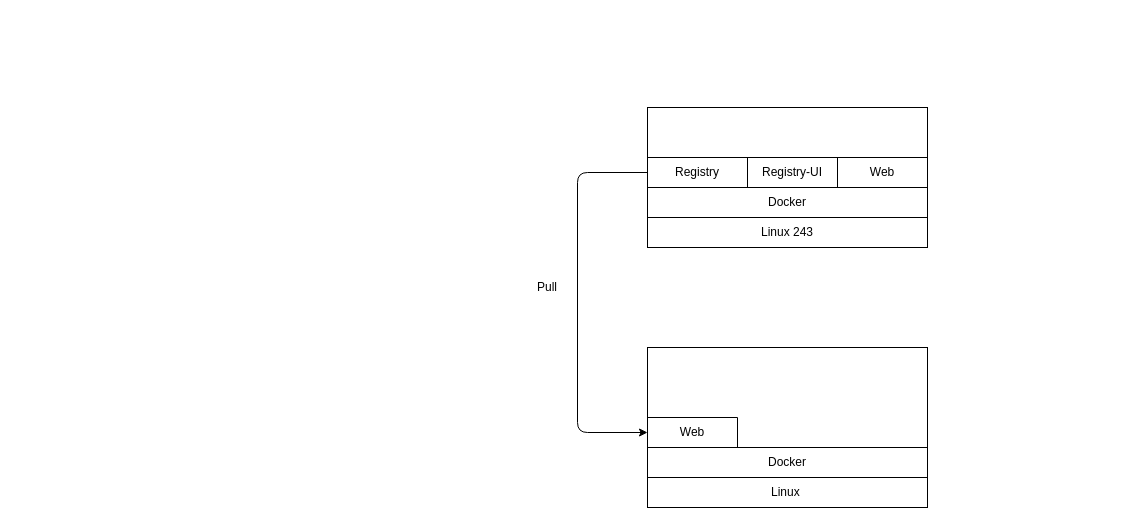
class90431/chrome-diagrams keeps this draw.io diagram as Test.drawio. Above is the earlier version. Source tidied: cells renumbered, new cells numbered last; positions are measured from the earlier drawing's top-left corner, leaving out a move shared by most shapes. Both pictures are drawn from the tidied source at 100%, with x=0, y=0 at pixel (527, 107).
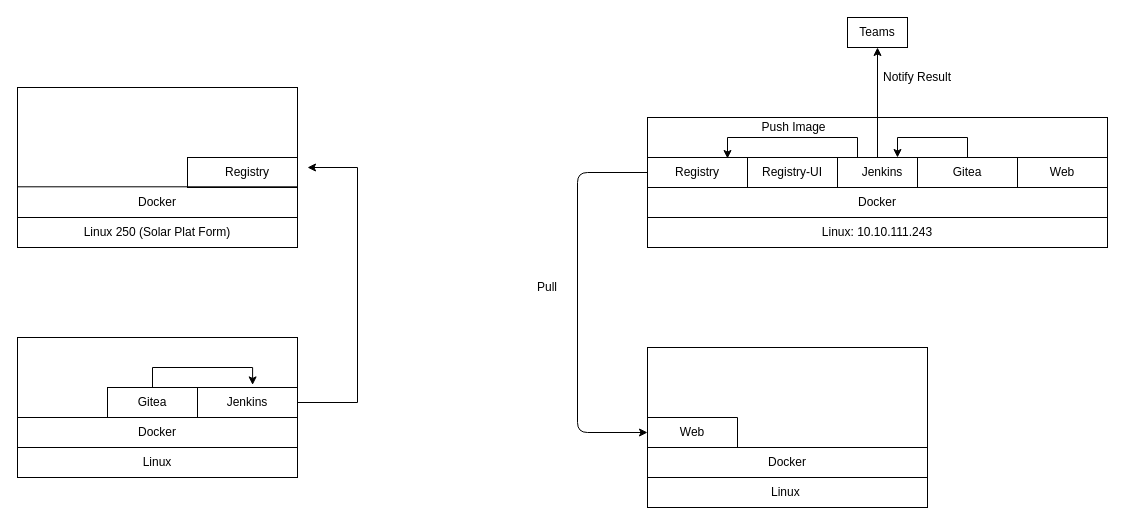
Above is the later version.

What changed in the source:
```diff
@@
     <mxCell id="2" style="rounded=0;whiteSpace=wrap;html=1;" parent="1" vertex="1">
-      <mxGeometry x="120" width="280" height="140" as="geometry" />
+      <mxGeometry x="120" y="10" width="460" height="130" as="geometry" />
     </mxCell>
-    <mxCell id="3" value="Linux 243" style="text;html=1;strokeColor=none;fillColor=none;align=center;verticalAlign=middle;whiteSpace=wrap;rounded=0;" parent="1" vertex="1">
-      <mxGeometry x="120" y="110" width="280" height="30" as="geometry" />
+    <mxCell id="3" value="Linux: 10.10.111.243" style="text;html=1;strokeColor=none;fillColor=none;align=center;verticalAlign=middle;whiteSpace=wrap;rounded=0;" parent="1" vertex="1">
+      <mxGeometry x="120" y="110" width="460" height="30" as="geometry" />
     </mxCell>
@@
     <mxCell id="5" value="Docker" style="text;html=1;strokeColor=none;fillColor=none;align=center;verticalAlign=middle;whiteSpace=wrap;rounded=0;" parent="1" vertex="1">
-      <mxGeometry x="120" y="80" width="280" height="30" as="geometry" />
+      <mxGeometry x="120" y="80" width="460" height="30" as="geometry" />
     </mxCell>
@@
     <mxCell id="11" style="rounded=0;whiteSpace=wrap;html=1;" parent="1" vertex="1">
-      <mxGeometry x="310" y="50" width="90" height="30" as="geometry" />
+      <mxGeometry x="490" y="50" width="90" height="30" as="geometry" />
     </mxCell>
     <mxCell id="12" value="Web" style="text;html=1;strokeColor=none;fillColor=none;align=center;verticalAlign=middle;whiteSpace=wrap;rounded=0;" parent="1" vertex="1">
-      <mxGeometry x="310" y="50" width="90" height="30" as="geometry" />
+      <mxGeometry x="490" y="50" width="90" height="30" as="geometry" />
     </mxCell>
@@
+    <mxCell id="23" style="rounded=0;whiteSpace=wrap;html=1;" parent="1" vertex="1">
+      <mxGeometry x="-510" y="-20" width="280" height="160" as="geometry" />
+    </mxCell>
+    <mxCell id="24" value="Linux 250 (Solar Plat Form)" style="text;html=1;strokeColor=none;fillColor=none;align=center;verticalAlign=middle;whiteSpace=wrap;rounded=0;" parent="1" vertex="1">
+      <mxGeometry x="-510" y="110" width="280" height="30" as="geometry" />
+    </mxCell>
+    <mxCell id="25" value="Docker" style="text;html=1;strokeColor=none;fillColor=none;align=center;verticalAlign=middle;whiteSpace=wrap;rounded=0;" parent="1" vertex="1">
+      <mxGeometry x="-510" y="80" width="280" height="30" as="geometry" />
+    </mxCell>
+    <mxCell id="26" style="endArrow=none;html=1;exitX=0;exitY=1;exitDx=0;exitDy=0;entryX=1;entryY=1;entryDx=0;entryDy=0;" parent="1" edge="1" source="25" target="25">
+      <mxGeometry relative="1" as="geometry" />
+    </mxCell>
+    <mxCell id="27" style="endArrow=none;html=1;exitX=0;exitY=1;exitDx=0;exitDy=0;entryX=1;entryY=1;entryDx=0;entryDy=0;" parent="1" edge="1">
+      <mxGeometry relative="1" as="geometry">
+        <mxPoint x="-510" y="79.3" as="sourcePoint" />
+        <mxPoint x="-230" y="79.3" as="targetPoint" />
+      </mxGeometry>
+    </mxCell>
+    <mxCell id="28" value="Registry" style="text;html=1;strokeColor=none;fillColor=none;align=center;verticalAlign=middle;whiteSpace=wrap;rounded=0;" parent="1" vertex="1">
+      <mxGeometry x="-330" y="50" width="100" height="30" as="geometry" />
+    </mxCell>
+    <mxCell id="29" style="rounded=0;whiteSpace=wrap;html=1;strokeColor=#000000;fillColor=none;" parent="1" vertex="1">
+      <mxGeometry x="-340" y="50" width="110" height="30" as="geometry" />
+    </mxCell>
+    <mxCell id="30" style="rounded=0;whiteSpace=wrap;html=1;" parent="1" vertex="1">
+      <mxGeometry x="-510" y="230" width="280" height="140" as="geometry" />
+    </mxCell>
+    <mxCell id="31" value="Linux" style="text;html=1;strokeColor=none;fillColor=none;align=center;verticalAlign=middle;whiteSpace=wrap;rounded=0;" parent="1" vertex="1">
+      <mxGeometry x="-510" y="340" width="280" height="30" as="geometry" />
+    </mxCell>
+    <mxCell id="32" value="Docker" style="text;html=1;strokeColor=none;fillColor=none;align=center;verticalAlign=middle;whiteSpace=wrap;rounded=0;" parent="1" vertex="1">
+      <mxGeometry x="-510" y="310" width="280" height="30" as="geometry" />
+    </mxCell>
+    <mxCell id="33" value="Gitea" style="text;html=1;strokeColor=none;fillColor=none;align=center;verticalAlign=middle;whiteSpace=wrap;rounded=0;" parent="1" vertex="1">
+      <mxGeometry x="-420" y="280" width="90" height="30" as="geometry" />
+    </mxCell>
+    <mxCell id="34" value="Jenkins" style="text;html=1;strokeColor=none;fillColor=none;align=center;verticalAlign=middle;whiteSpace=wrap;rounded=0;" parent="1" vertex="1">
+      <mxGeometry x="-330" y="280" width="100" height="30" as="geometry" />
+    </mxCell>
+    <mxCell id="35" style="rounded=0;whiteSpace=wrap;html=1;strokeColor=#000000;fillColor=none;" parent="1" vertex="1">
+      <mxGeometry x="-510" y="310" width="280" height="30" as="geometry" />
+    </mxCell>
+    <mxCell id="36" style="edgeStyle=orthogonalEdgeStyle;rounded=0;jettySize=auto;html=1;exitX=0.5;exitY=0;exitDx=0;exitDy=0;entryX=0.551;entryY=-0.086;entryDx=0;entryDy=0;entryPerimeter=0;" parent="1" edge="1" source="37" target="39">
+      <mxGeometry relative="1" as="geometry">
+        <Array as="points">
+          <mxPoint x="-375" y="260" />
+          <mxPoint x="-275" y="260" />
+        </Array>
+      </mxGeometry>
+    </mxCell>
+    <mxCell id="37" style="rounded=0;whiteSpace=wrap;html=1;strokeColor=#000000;fillColor=none;" parent="1" vertex="1">
+      <mxGeometry x="-420" y="280" width="90" height="30" as="geometry" />
+    </mxCell>
+    <mxCell id="38" style="edgeStyle=orthogonalEdgeStyle;rounded=0;jettySize=auto;html=1;exitX=1;exitY=0.5;exitDx=0;exitDy=0;" parent="1" edge="1" source="39">
+      <mxGeometry relative="1" as="geometry">
+        <mxPoint x="-220" y="60" as="targetPoint" />
+        <Array as="points">
+          <mxPoint x="-170" y="295" />
+          <mxPoint x="-170" y="60" />
+        </Array>
+      </mxGeometry>
+    </mxCell>
+    <mxCell id="39" style="rounded=0;whiteSpace=wrap;html=1;strokeColor=#000000;fillColor=none;" parent="1" vertex="1">
+      <mxGeometry x="-330" y="280" width="100" height="30" as="geometry" />
+    </mxCell>
+    <mxCell id="40" value="Gitea" style="text;html=1;strokeColor=none;fillColor=none;align=center;verticalAlign=middle;whiteSpace=wrap;rounded=0;" parent="1" vertex="1">
+      <mxGeometry x="390" y="50" width="100" height="30" as="geometry" />
+    </mxCell>
+    <mxCell id="41" value="Jenkins" style="text;html=1;strokeColor=none;fillColor=none;align=center;verticalAlign=middle;whiteSpace=wrap;rounded=0;" parent="1" vertex="1">
+      <mxGeometry x="310" y="50" width="90" height="30" as="geometry" />
+    </mxCell>
+    <mxCell id="42" style="edgeStyle=orthogonalEdgeStyle;rounded=0;jettySize=auto;html=1;exitX=0.5;exitY=0;exitDx=0;exitDy=0;entryX=0.75;entryY=0;entryDx=0;entryDy=0;" parent="1" edge="1" source="43" target="46">
+      <mxGeometry relative="1" as="geometry">
+        <Array as="points">
+          <mxPoint x="440" y="30" />
+          <mxPoint x="370" y="30" />
+        </Array>
+      </mxGeometry>
+    </mxCell>
+    <mxCell id="43" style="rounded=0;whiteSpace=wrap;html=1;strokeColor=#000000;fillColor=none;" parent="1" vertex="1">
+      <mxGeometry x="390" y="50" width="100" height="30" as="geometry" />
+    </mxCell>
+    <mxCell id="44" style="edgeStyle=orthogonalEdgeStyle;rounded=0;jettySize=auto;html=1;exitX=0.25;exitY=0;exitDx=0;exitDy=0;" parent="1" edge="1" source="46">
+      <mxGeometry relative="1" as="geometry">
+        <mxPoint x="200" y="51" as="targetPoint" />
+        <Array as="points">
+          <mxPoint x="330" y="30" />
+          <mxPoint x="200" y="30" />
+        </Array>
+      </mxGeometry>
+    </mxCell>
+    <mxCell id="45" style="edgeStyle=orthogonalEdgeStyle;rounded=0;jettySize=auto;html=1;exitX=0.5;exitY=0;exitDx=0;exitDy=0;" parent="1" edge="1" source="46" target="48">
+      <mxGeometry relative="1" as="geometry" />
+    </mxCell>
+    <mxCell id="46" style="rounded=0;whiteSpace=wrap;html=1;strokeColor=#000000;fillColor=none;" parent="1" vertex="1">
+      <mxGeometry x="310" y="50" width="80" height="30" as="geometry" />
+    </mxCell>
+    <mxCell id="47" value="Push Image" style="text;html=1;strokeColor=none;fillColor=none;align=center;verticalAlign=middle;whiteSpace=wrap;rounded=0;" parent="1" vertex="1">
+      <mxGeometry x="229" y="10" width="75" height="20" as="geometry" />
+    </mxCell>
+    <mxCell id="48" value="Teams" style="rounded=0;whiteSpace=wrap;html=1;" parent="1" vertex="1">
+      <mxGeometry x="320" y="-90" width="60" height="30" as="geometry" />
+    </mxCell>
+    <mxCell id="49" value="Notify Result" style="text;html=1;strokeColor=none;fillColor=none;align=center;verticalAlign=middle;whiteSpace=wrap;rounded=0;" parent="1" vertex="1">
+      <mxGeometry x="350" y="-40" width="80" height="20" as="geometry" />
+    </mxCell>
```
